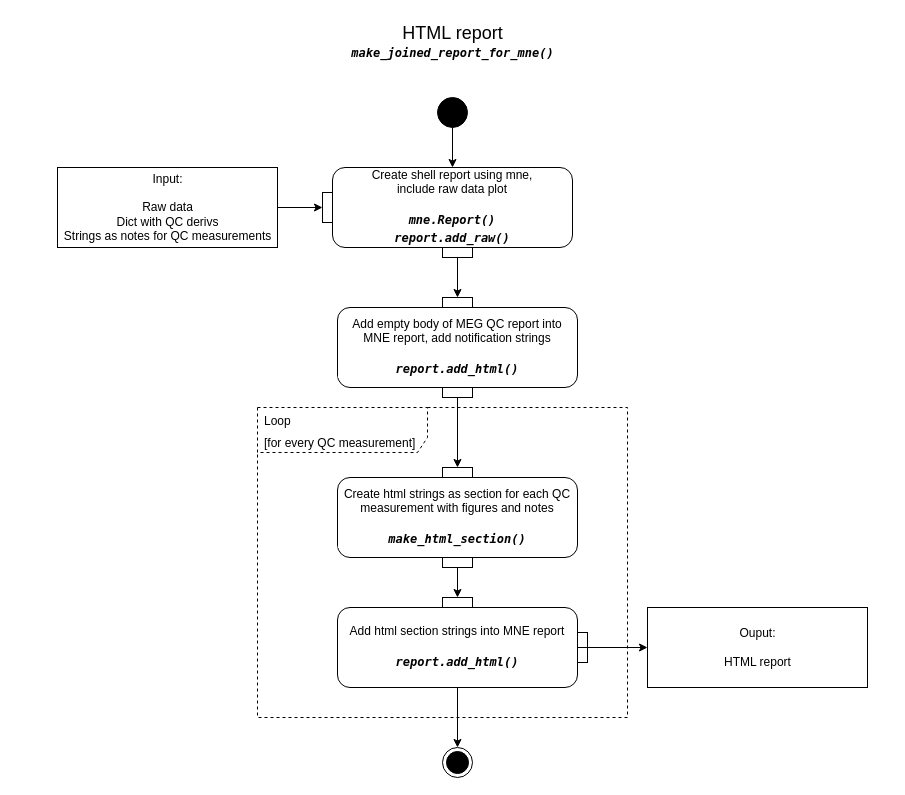
The draw.io diagram diagrams/_Report_UML2.5.drawio in oldgandalf/MEGqcJorge, before the edit. Source tidied: cells renumbered, new cells numbered last; positions are measured from the earlier drawing's top-left corner, leaving out a move shared by most shapes. Both pictures are drawn from the tidied source at 100%, with x=0, y=0 at pixel (57, 17).
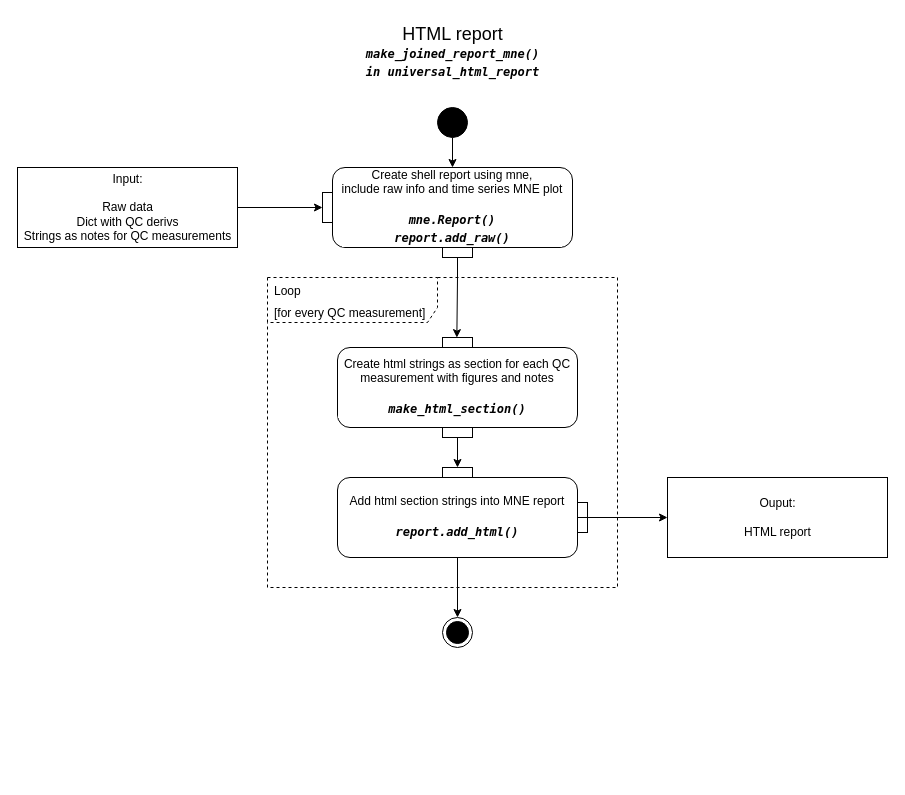
The same diagram, later.

Commit message (it also covers changes not shown here):
restructuring report in its initial part + updating diagrams

Unchanged cells that the change refers to:
```xml
<mxCell id="7" style="group;fontSize=18;flipH=1;" parent="1" vertex="1">
  <mxGeometry x="265" y="150" width="250" height="90" as="geometry" />
</mxCell>
<mxCell id="9" value="pinOut 2" style="fontStyle=0;labelPosition=center;verticalLabelPosition=bottom;align=center;verticalAlign=top;spacingLeft=2;fontFamily=Helvetica;fontSize=12;noLabel=1;" parent="7" vertex="1">
  <mxGeometry x="120" y="80" width="30" height="10" as="geometry" />
</mxCell>
```

Change to the diagram source:
```diff
@@
-    <mxCell id="2" value="HTML report&lt;br&gt;&lt;div style=&quot;background-color: rgb(255, 255, 255); font-family: Menlo, Monaco, &amp;quot;Courier New&amp;quot;, monospace; font-size: 12px; line-height: 18px;&quot;&gt;&lt;b&gt;&lt;i&gt;make_joined_report_for_mne()&lt;/i&gt;&lt;/b&gt;&lt;/div&gt;" style="text;html=1;align=center;verticalAlign=middle;strokeColor=none;fillColor=none;fontSize=18;" parent="1" vertex="1">
-      <mxGeometry x="280" width="230" height="50" as="geometry" />
+    <mxCell id="2" value="HTML report&lt;br&gt;&lt;div style=&quot;background-color: rgb(255, 255, 255); font-family: Menlo, Monaco, &amp;quot;Courier New&amp;quot;, monospace; font-size: 12px; line-height: 18px;&quot;&gt;&lt;b&gt;&lt;i&gt;make_joined_report_mne()&lt;/i&gt;&lt;/b&gt;&lt;/div&gt;&lt;div style=&quot;background-color: rgb(255, 255, 255); font-family: Menlo, Monaco, &amp;quot;Courier New&amp;quot;, monospace; font-size: 12px; line-height: 18px;&quot;&gt;&lt;b&gt;&lt;i&gt;in universal_html_report&lt;/i&gt;&lt;/b&gt;&lt;/div&gt;" style="text;html=1;align=center;verticalAlign=middle;strokeColor=none;fillColor=none;fontSize=18;" parent="1" vertex="1">
+      <mxGeometry x="295" width="200" height="70" as="geometry" />
     </mxCell>
@@
     <mxCell id="4" value="Input:&lt;br&gt;&lt;br&gt;Raw data&lt;br&gt;Dict with QC derivs&lt;br&gt;Strings as notes for QC measurements" style="html=1;" parent="1" vertex="1">
-      <mxGeometry y="150" width="220" height="80" as="geometry" />
+      <mxGeometry x="-40" y="150" width="220" height="80" as="geometry" />
     </mxCell>
@@
     <mxCell id="6" style="ellipse;fillColor=strokeColor;fontSize=18;" parent="1" vertex="1">
-      <mxGeometry x="380" y="80" width="30" height="30" as="geometry" />
+      <mxGeometry x="380" y="90" width="30" height="30" as="geometry" />
     </mxCell>
@@
-    <mxCell id="8" value="Create shell report using mne, &lt;br&gt;include raw data plot&lt;br&gt;&lt;br&gt;&lt;div style=&quot;background-color: rgb(255, 255, 255); font-family: Menlo, Monaco, &amp;quot;Courier New&amp;quot;, monospace; line-height: 18px;&quot;&gt;&lt;i&gt;&lt;b&gt;mne.Report()&lt;/b&gt;&lt;/i&gt;&lt;/div&gt;&lt;div style=&quot;background-color: rgb(255, 255, 255); font-family: Menlo, Monaco, &amp;quot;Courier New&amp;quot;, monospace; line-height: 18px;&quot;&gt;&lt;div style=&quot;line-height: 18px;&quot;&gt;&lt;b&gt;&lt;i&gt;report.add_raw()&lt;/i&gt;&lt;/b&gt;&lt;/div&gt;&lt;/div&gt;" style="html=1;align=center;verticalAlign=middle;rounded=1;absoluteArcSize=1;arcSize=25;dashed=0;fontFamily=Helvetica;fontSize=12;whiteSpace=wrap;noLabel=0;imageAlign=center;" parent="7" vertex="1">
+    <mxCell id="8" value="Create shell report using mne, &lt;br&gt;include raw info and time series MNE plot&lt;br&gt;&lt;br&gt;&lt;div style=&quot;background-color: rgb(255, 255, 255); font-family: Menlo, Monaco, &amp;quot;Courier New&amp;quot;, monospace; line-height: 18px;&quot;&gt;&lt;i&gt;&lt;b&gt;mne.Report()&lt;/b&gt;&lt;/i&gt;&lt;/div&gt;&lt;div style=&quot;background-color: rgb(255, 255, 255); font-family: Menlo, Monaco, &amp;quot;Courier New&amp;quot;, monospace; line-height: 18px;&quot;&gt;&lt;div style=&quot;line-height: 18px;&quot;&gt;&lt;b&gt;&lt;i&gt;report.add_raw()&lt;/i&gt;&lt;/b&gt;&lt;/div&gt;&lt;/div&gt;" style="html=1;align=center;verticalAlign=middle;rounded=1;absoluteArcSize=1;arcSize=25;dashed=0;fontFamily=Helvetica;fontSize=12;whiteSpace=wrap;noLabel=0;imageAlign=center;" parent="7" vertex="1">
       <mxGeometry x="10" width="240" height="80" as="geometry" />
     </mxCell>
@@
-    <mxCell id="11" style="group;fontSize=18;fontColor=#000000;" parent="1" vertex="1">
-      <mxGeometry x="280" y="280" width="240" height="100" as="geometry" />
-    </mxCell>
-    <mxCell id="12" value="Add empty body of MEG QC report into MNE report, add notification strings&lt;br&gt;&lt;br&gt;&lt;div style=&quot;background-color: rgb(255, 255, 255); font-family: Menlo, Monaco, &amp;quot;Courier New&amp;quot;, monospace; line-height: 18px;&quot;&gt;&lt;i&gt;&lt;b&gt;report.add_html()&lt;/b&gt;&lt;/i&gt;&lt;/div&gt;" style="html=1;align=center;verticalAlign=middle;rounded=1;absoluteArcSize=1;arcSize=25;dashed=0;fontFamily=Helvetica;fontSize=12;whiteSpace=wrap;noLabel=0;imageAlign=center;fontColor=#000000;" parent="11" vertex="1">
-      <mxGeometry y="10" width="240" height="80" as="geometry" />
-    </mxCell>
-    <mxCell id="13" value="pinOut 2" style="fontStyle=0;labelPosition=center;verticalLabelPosition=bottom;align=center;verticalAlign=top;spacingLeft=2;fontFamily=Helvetica;fontSize=12;noLabel=1;fontColor=#000000;" parent="11" vertex="1">
-      <mxGeometry x="105" y="90" width="30" height="10" as="geometry" />
-    </mxCell>
-    <mxCell id="14" value="pinIn 1" style="fontStyle=0;labelPosition=center;verticalLabelPosition=top;align=center;verticalAlign=bottom;spacingLeft=2;fontFamily=Helvetica;fontSize=12;noLabel=1;fontColor=#000000;" parent="11" vertex="1">
-      <mxGeometry x="105" width="30" height="10" as="geometry" />
-    </mxCell>
-    <mxCell id="15" style="edgeStyle=orthogonalEdgeStyle;rounded=0;jettySize=auto;html=1;fontSize=18;fontColor=#000000;" parent="1" edge="1" source="9" target="14">
-      <mxGeometry relative="1" as="geometry" />
-    </mxCell>
-    <mxCell id="16" style="edgeStyle=orthogonalEdgeStyle;rounded=0;jettySize=auto;html=1;fontSize=18;fontColor=#000000;" parent="1" edge="1" source="13" target="20">
-      <mxGeometry relative="1" as="geometry" />
-    </mxCell>
-    <mxCell id="17" style="group;" parent="1" vertex="1">
-      <mxGeometry x="280" y="450" width="290" height="270" as="geometry" />
-    </mxCell>
-    <mxCell id="18" value="Create html strings as section for each QC measurement with figures and notes&lt;br&gt;&lt;br&gt;&lt;div style=&quot;background-color: rgb(255, 255, 255); font-family: Menlo, Monaco, &amp;quot;Courier New&amp;quot;, monospace; line-height: 18px;&quot;&gt;&lt;div style=&quot;line-height: 18px;&quot;&gt;&lt;b&gt;&lt;i&gt;make_html_section()&lt;/i&gt;&lt;/b&gt;&lt;/div&gt;&lt;/div&gt;" style="html=1;align=center;verticalAlign=middle;rounded=1;absoluteArcSize=1;arcSize=25;dashed=0;fontFamily=Helvetica;fontSize=12;whiteSpace=wrap;noLabel=0;imageAlign=center;fontColor=#000000;" parent="17" vertex="1">
-      <mxGeometry y="10" width="240" height="80" as="geometry" />
-    </mxCell>
-    <mxCell id="19" value="pinOut 2" style="fontStyle=0;labelPosition=center;verticalLabelPosition=bottom;align=center;verticalAlign=top;spacingLeft=2;fontFamily=Helvetica;fontSize=12;noLabel=1;fontColor=#000000;" parent="17" vertex="1">
-      <mxGeometry x="105" y="90" width="30" height="10" as="geometry" />
-    </mxCell>
-    <mxCell id="20" value="pinIn 1" style="fontStyle=0;labelPosition=center;verticalLabelPosition=top;align=center;verticalAlign=bottom;spacingLeft=2;fontFamily=Helvetica;fontSize=12;noLabel=1;fontColor=#000000;" parent="17" vertex="1">
-      <mxGeometry x="105" width="30" height="10" as="geometry" />
-    </mxCell>
-    <mxCell id="21" value="&lt;font style=&quot;font-size: 12px;&quot;&gt;Loop&lt;br&gt;[for every QC measurement]&lt;/font&gt;" style="shape=umlFrame;whiteSpace=wrap;html=1;width=170;height=45;boundedLbl=1;verticalAlign=middle;align=left;spacingLeft=5;fontSize=18;fontColor=#000000;dashed=1;" parent="17" vertex="1">
-      <mxGeometry x="-80" y="-60" width="370" height="310" as="geometry" />
-    </mxCell>
     <mxCell id="22" style="group;fontSize=12;fontColor=#000000;flipH=1;" parent="1" vertex="1">
-      <mxGeometry x="280" y="580" width="250" height="90" as="geometry" />
+      <mxGeometry x="280" y="450" width="250" height="90" as="geometry" />
     </mxCell>
@@
     <mxCell id="27" value="Ouput:&lt;br&gt;&lt;br&gt;HTML report" style="html=1;" parent="1" vertex="1">
-      <mxGeometry x="590" y="590" width="220" height="80" as="geometry" />
+      <mxGeometry x="610" y="460" width="220" height="80" as="geometry" />
     </mxCell>
@@
     <mxCell id="29" style="ellipse;html=1;shape=endState;fillColor=strokeColor;fontSize=12;fontColor=#000000;" parent="1" vertex="1">
-      <mxGeometry x="385" y="730" width="30" height="30" as="geometry" />
+      <mxGeometry x="385" y="600" width="30" height="30" as="geometry" />
     </mxCell>
@@
+    <mxCell id="18" value="Create html strings as section for each QC measurement with figures and notes&lt;br&gt;&lt;br&gt;&lt;div style=&quot;background-color: rgb(255, 255, 255); font-family: Menlo, Monaco, &amp;quot;Courier New&amp;quot;, monospace; line-height: 18px;&quot;&gt;&lt;div style=&quot;line-height: 18px;&quot;&gt;&lt;b&gt;&lt;i&gt;make_html_section()&lt;/i&gt;&lt;/b&gt;&lt;/div&gt;&lt;/div&gt;" style="html=1;align=center;verticalAlign=middle;rounded=1;absoluteArcSize=1;arcSize=25;dashed=0;fontFamily=Helvetica;fontSize=12;whiteSpace=wrap;noLabel=0;imageAlign=center;fontColor=#000000;" parent="1" vertex="1">
+      <mxGeometry x="280" y="330" width="240" height="80" as="geometry" />
+    </mxCell>
+    <mxCell id="19" value="pinOut 2" style="fontStyle=0;labelPosition=center;verticalLabelPosition=bottom;align=center;verticalAlign=top;spacingLeft=2;fontFamily=Helvetica;fontSize=12;noLabel=1;fontColor=#000000;" parent="1" vertex="1">
+      <mxGeometry x="385" y="410" width="30" height="10" as="geometry" />
+    </mxCell>
+    <mxCell id="20" value="pinIn 1" style="fontStyle=0;labelPosition=center;verticalLabelPosition=top;align=center;verticalAlign=bottom;spacingLeft=2;fontFamily=Helvetica;fontSize=12;noLabel=1;fontColor=#000000;" parent="1" vertex="1">
+      <mxGeometry x="385" y="320" width="30" height="10" as="geometry" />
+    </mxCell>
+    <mxCell id="21" value="&lt;font style=&quot;font-size: 12px;&quot;&gt;Loop&lt;br&gt;[for every QC measurement]&lt;/font&gt;" style="shape=umlFrame;whiteSpace=wrap;html=1;width=170;height=45;boundedLbl=1;verticalAlign=middle;align=left;spacingLeft=5;fontSize=18;fontColor=#000000;dashed=1;" parent="1" vertex="1">
+      <mxGeometry x="210" y="260" width="350" height="310" as="geometry" />
+    </mxCell>
+    <mxCell id="31" style="edgeStyle=orthogonalEdgeStyle;rounded=0;jettySize=auto;html=1;entryX=0.541;entryY=0.194;entryDx=0;entryDy=0;entryPerimeter=0;" parent="1" edge="1" source="9" target="21">
+      <mxGeometry relative="1" as="geometry" />
+    </mxCell>
```
